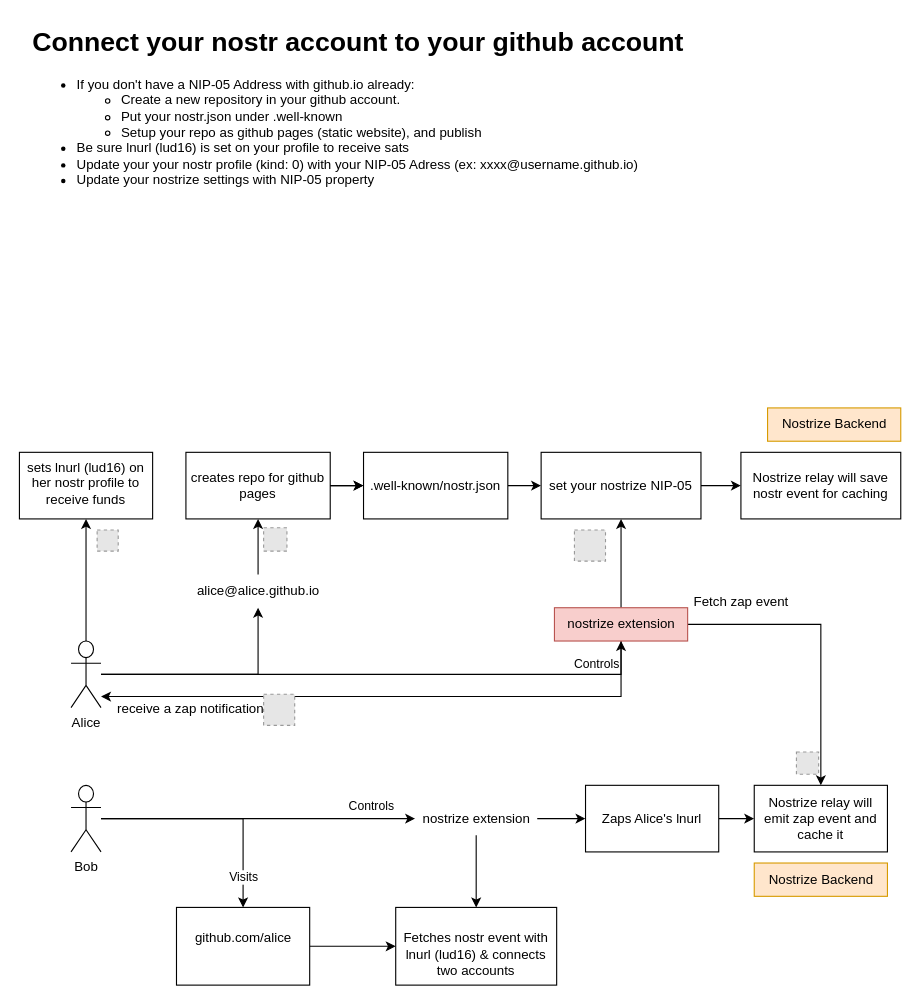
Earlier version of the draw.io diagram page "Nostr Github Connection" (2 of 2) of Nostrize Architecture.drawio (nostrize/extension). Source tidied: cells renumbered, new cells numbered last; positions are measured from the earlier drawing's top-left corner, leaving out a move shared by most shapes. Both pictures are drawn from the tidied source at 111%, with x=0, y=0 at pixel (19, 19). Pictures stored in the file or linked from it are replaced by grey dashed boxes.
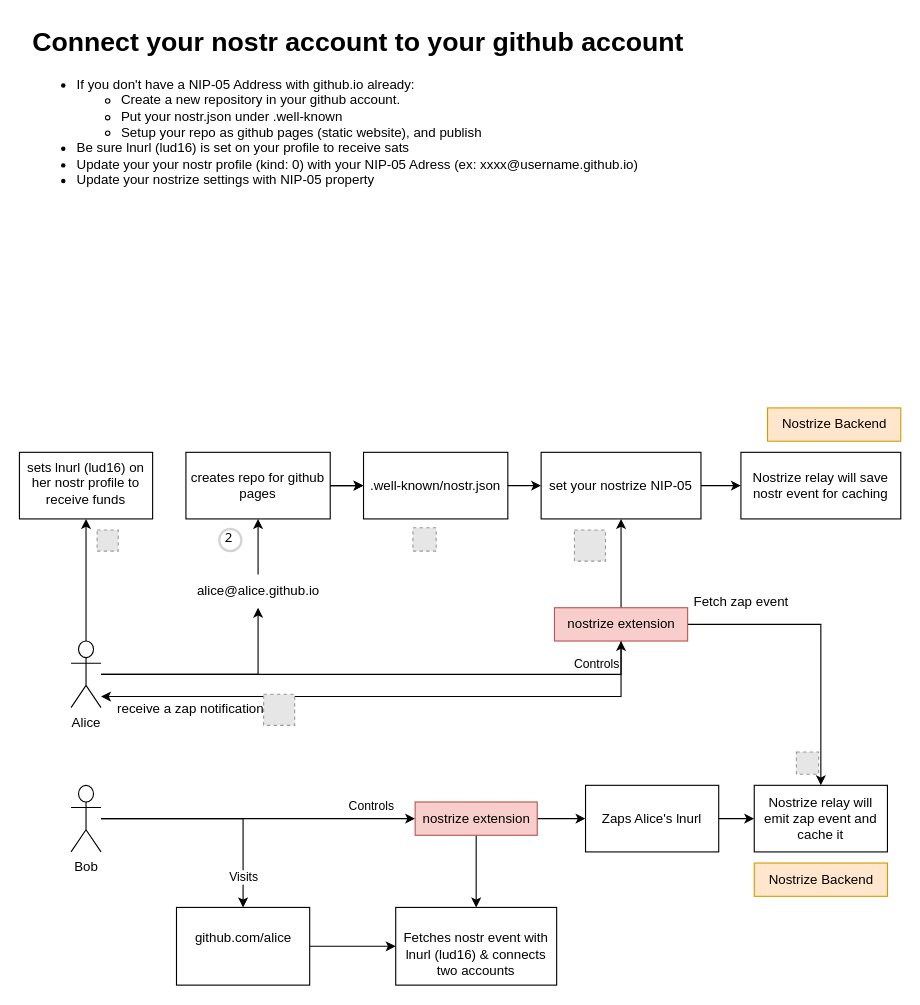
Above is the later version.

Diff of the diagram source:
```diff
@@
-    <mxCell id="28" value="nostrize extension" style="text;html=1;align=center;verticalAlign=middle;whiteSpace=wrap;rounded=0;" parent="1" vertex="1">
+    <mxCell id="28" value="nostrize extension" style="text;html=1;align=center;verticalAlign=middle;whiteSpace=wrap;rounded=0;fillColor=#f8cecc;strokeColor=#b85450;" parent="1" vertex="1">
       <mxGeometry x="356.5" y="705" width="110" height="30" as="geometry" />
     </mxCell>
@@
     <mxCell id="40" style="fillColor=#E6E6E6;strokeColor=#999999;dashed=1;html=1;verticalAlign=top;verticalLabelPosition=bottom;labelBackgroundColor=#ffffff;" parent="1" vertex="1">
-      <mxGeometry x="220" y="458" width="21" height="21" as="geometry" />
+      <mxGeometry x="354.5" y="458" width="21" height="21" as="geometry" />
     </mxCell>
@@
+    <mxCell id="46" value="2" style="ellipse;whiteSpace=wrap;html=1;strokeWidth=2;fontFamily=Tahoma;spacingBottom=4;spacingRight=2;strokeColor=#d3d3d3;" parent="1" vertex="1">
+      <mxGeometry x="180" y="459" width="20" height="20" as="geometry" />
+    </mxCell>
```
